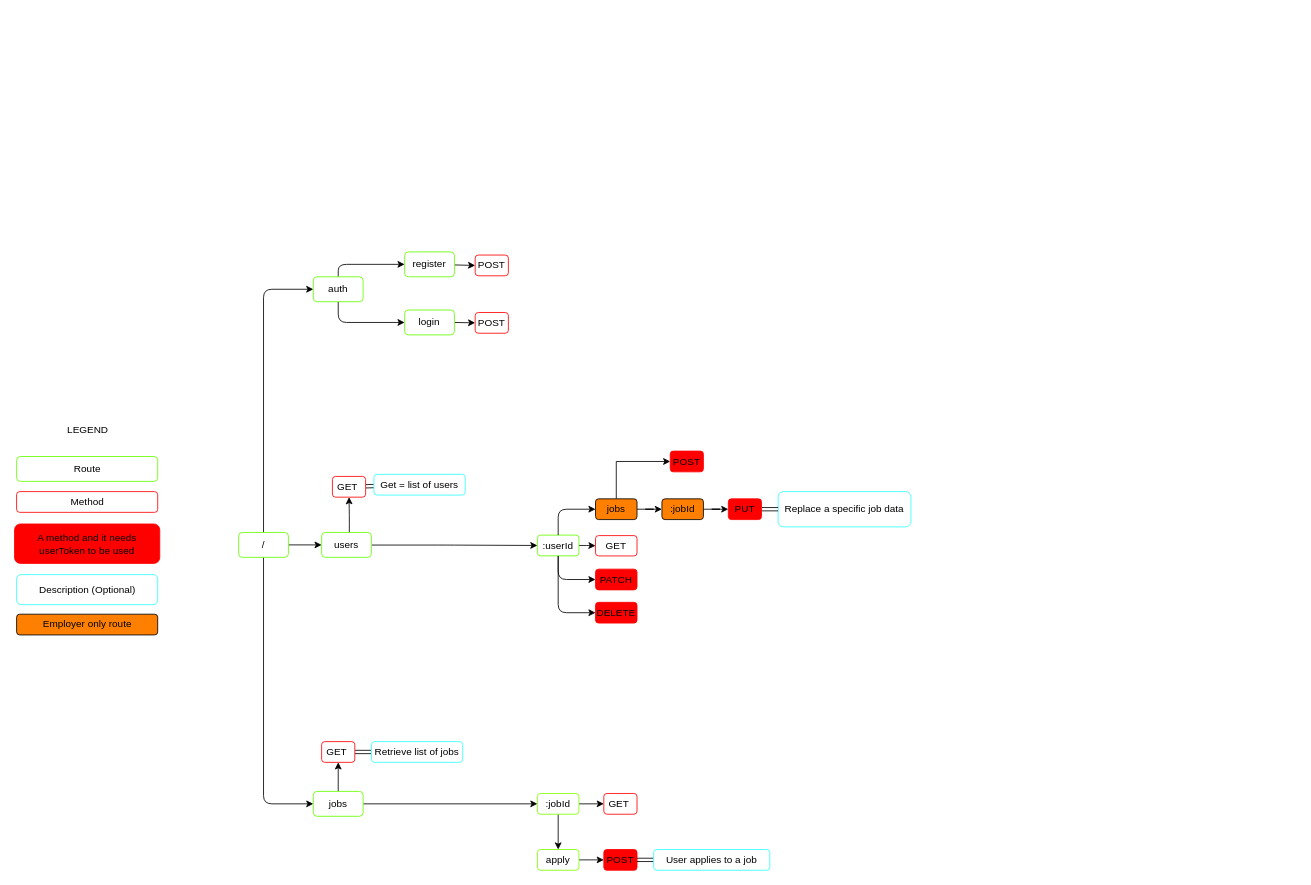
The draw.io diagram diagrams/rest_api.drawio in kenshiin1123/dev-match, before the edit. Source tidied: cells renumbered, new cells numbered last; positions are measured from the earlier drawing's top-left corner, leaving out a move shared by most shapes. Both pictures are drawn from the tidied source at 83%, with x=0, y=0 at pixel (14, 251).
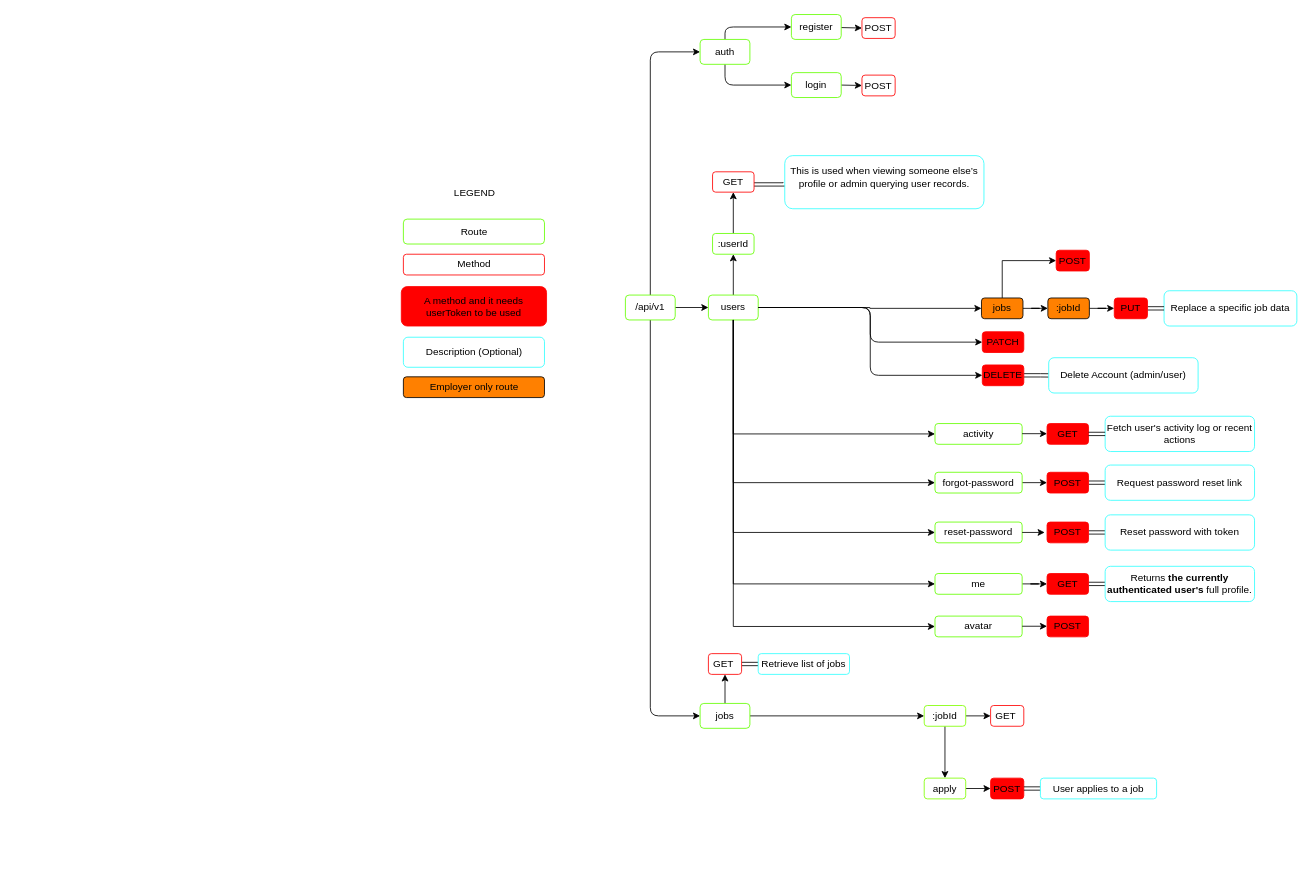
After the change.

Commit message (it also covers changes not shown here):
Improve restful api diagram

Diff of the diagram source:
```diff
@@
-    <mxCell id="5" value="/" style="rounded=1;whiteSpace=wrap;html=1;strokeColor=#65FF00;fontStyle=0;" parent="1" vertex="1">
-      <mxGeometry x="270" y="338" width="60" height="30" as="geometry" />
+    <mxCell id="5" value="/api/v1" style="rounded=1;whiteSpace=wrap;html=1;strokeColor=#65FF00;fontStyle=0;" parent="1" vertex="1">
+      <mxGeometry x="736" y="52" width="60" height="30" as="geometry" />
     </mxCell>
-    <mxCell id="6" style="edgeStyle=orthogonalEdgeStyle;html=1;entryX=0.5;entryY=1;entryDx=0;entryDy=0;exitX=0.556;exitY=0.038;exitDx=0;exitDy=0;exitPerimeter=0;fontStyle=0;" parent="1" edge="1" source="7" target="12">
-      <mxGeometry relative="1" as="geometry" />
-    </mxCell>
+    <mxCell id="59" style="edgeStyle=orthogonalEdgeStyle;rounded=0;jettySize=auto;html=1;" parent="1" edge="1" source="7" target="19">
+      <mxGeometry relative="1" as="geometry" />
+    </mxCell>
+    <mxCell id="60" style="edgeStyle=orthogonalEdgeStyle;rounded=0;jettySize=auto;html=1;entryX=0;entryY=0.5;entryDx=0;entryDy=0;" parent="1" edge="1" source="7" target="30">
+      <mxGeometry relative="1" as="geometry" />
+    </mxCell>
     <mxCell id="7" value="users" style="rounded=1;whiteSpace=wrap;html=1;strokeColor=#65FF00;fontStyle=0;" parent="1" vertex="1">
-      <mxGeometry x="370" y="338" width="60" height="30" as="geometry" />
+      <mxGeometry x="836" y="52" width="60" height="30" as="geometry" />
     </mxCell>
@@
     <mxCell id="10" value="jobs" style="rounded=1;whiteSpace=wrap;html=1;strokeColor=#65FF00;fontStyle=0;" parent="1" vertex="1">
-      <mxGeometry x="360" y="650" width="60" height="30" as="geometry" />
+      <mxGeometry x="826" y="544" width="60" height="30" as="geometry" />
     </mxCell>
-    <mxCell id="11" style="edgeStyle=none;html=1;shape=link;fontStyle=0;" parent="1" edge="1" source="12" target="16">
-      <mxGeometry relative="1" as="geometry" />
-    </mxCell>
-    <mxCell id="12" value="&lt;span&gt;GET&amp;nbsp;&lt;/span&gt;" style="whiteSpace=wrap;html=1;rounded=1;strokeColor=#FF0000;fontStyle=0;" parent="1" vertex="1">
-      <mxGeometry x="383" y="270.5" width="40" height="25" as="geometry" />
-    </mxCell>
@@
     <mxCell id="15" value="auth" style="rounded=1;whiteSpace=wrap;html=1;strokeColor=#65FF00;fontStyle=0;" parent="1" vertex="1">
-      <mxGeometry x="360" y="30" width="60" height="30" as="geometry" />
+      <mxGeometry x="826" y="-256" width="60" height="30" as="geometry" />
     </mxCell>
-    <mxCell id="16" value="Get = list of users" style="whiteSpace=wrap;html=1;rounded=1;strokeColor=#33FFFF;fontStyle=0;" parent="1" vertex="1">
-      <mxGeometry x="433" y="268" width="110" height="25" as="geometry" />
-    </mxCell>
-    <mxCell id="17" style="edgeStyle=orthogonalEdgeStyle;html=1;fontStyle=0;entryX=0;entryY=0.5;entryDx=0;entryDy=0;" parent="1" edge="1" source="19" target="20">
-      <mxGeometry relative="1" as="geometry" />
-    </mxCell>
-    <mxCell id="18" style="edgeStyle=orthogonalEdgeStyle;html=1;entryX=0;entryY=0.5;entryDx=0;entryDy=0;exitX=0.5;exitY=1;exitDx=0;exitDy=0;fontStyle=0;" parent="1" edge="1" source="19" target="22">
+    <mxCell id="18" style="edgeStyle=orthogonalEdgeStyle;html=1;entryX=0;entryY=0.5;entryDx=0;entryDy=0;exitX=1;exitY=0.5;exitDx=0;exitDy=0;fontStyle=0;" parent="1" edge="1" source="7" target="22">
       <mxGeometry relative="1" as="geometry" />
     </mxCell>
-    <mxCell id="19" value=":userId" style="whiteSpace=wrap;html=1;rounded=1;strokeColor=#65FF00;fontStyle=0;" parent="1" vertex="1">
-      <mxGeometry x="630" y="341.2" width="50" height="25" as="geometry" />
-    </mxCell>
-    <mxCell id="20" value="GET" style="whiteSpace=wrap;html=1;rounded=1;strokeColor=#FF0000;fontStyle=0;" parent="1" vertex="1">
-      <mxGeometry x="700" y="341.8" width="50" height="24.5" as="geometry" />
-    </mxCell>
-    <mxCell id="21" style="edgeStyle=orthogonalEdgeStyle;html=1;entryX=0;entryY=0.5;entryDx=0;entryDy=0;exitX=1.011;exitY=0.44;exitDx=0;exitDy=0;fontStyle=0;exitPerimeter=0;" parent="1" edge="1" target="19">
-      <mxGeometry relative="1" as="geometry">
-        <mxPoint x="430.7" y="353.2" as="sourcePoint" />
-        <Array as="points">
-          <mxPoint x="520" y="353" />
-        </Array>
-      </mxGeometry>
-    </mxCell>
+    <mxCell id="61" style="edgeStyle=orthogonalEdgeStyle;rounded=0;jettySize=auto;html=1;entryX=0;entryY=0.5;entryDx=0;entryDy=0;exitX=0.5;exitY=1;exitDx=0;exitDy=0;" parent="1" edge="1" source="7" target="65">
+      <mxGeometry relative="1" as="geometry" />
+    </mxCell>
+    <mxCell id="62" style="edgeStyle=orthogonalEdgeStyle;rounded=0;jettySize=auto;html=1;entryX=0;entryY=0.5;entryDx=0;entryDy=0;exitX=0.5;exitY=1;exitDx=0;exitDy=0;" parent="1" edge="1" source="7" target="88">
+      <mxGeometry relative="1" as="geometry" />
+    </mxCell>
     <mxCell id="22" value="PATCH" style="whiteSpace=wrap;html=1;rounded=1;strokeColor=#FF0000;fontStyle=0;fillColor=#FF0000;" parent="1" vertex="1">
-      <mxGeometry x="700" y="382.2" width="50" height="25" as="geometry" />
+      <mxGeometry x="1166" y="96.2" width="50" height="25" as="geometry" />
     </mxCell>
+    <mxCell id="63" style="edgeStyle=orthogonalEdgeStyle;rounded=0;jettySize=auto;html=1;shape=link;" parent="1" edge="1" source="23" target="66">
+      <mxGeometry relative="1" as="geometry" />
+    </mxCell>
     <mxCell id="23" value="DELETE" style="whiteSpace=wrap;html=1;rounded=1;strokeColor=#FF0000;fontStyle=0;fillColor=#FF0000;" parent="1" vertex="1">
-      <mxGeometry x="700" y="422.2" width="50" height="25" as="geometry" />
+      <mxGeometry x="1166" y="136.2" width="50" height="25" as="geometry" />
     </mxCell>
-    <mxCell id="24" style="edgeStyle=orthogonalEdgeStyle;html=1;entryX=0;entryY=0.5;entryDx=0;entryDy=0;exitX=0.5;exitY=1;exitDx=0;exitDy=0;fontStyle=0;" parent="1" edge="1" source="19" target="23">
+    <mxCell id="24" style="edgeStyle=orthogonalEdgeStyle;html=1;entryX=0;entryY=0.5;entryDx=0;entryDy=0;exitX=1;exitY=0.5;exitDx=0;exitDy=0;fontStyle=0;" parent="1" edge="1" source="7" target="23">
       <mxGeometry relative="1" as="geometry" />
     </mxCell>
     <mxCell id="25" value="Route" style="rounded=1;whiteSpace=wrap;html=1;strokeColor=#65FF00;fontStyle=0;flipV=0;" parent="1" vertex="1">
-      <mxGeometry x="2.5" y="246.5" width="170" height="30" as="geometry" />
+      <mxGeometry x="468.5" y="-39.5" width="170" height="30" as="geometry" />
     </mxCell>
     <mxCell id="26" value="&lt;span&gt;Method&lt;/span&gt;" style="whiteSpace=wrap;html=1;rounded=1;strokeColor=#FF0000;fontStyle=0;flipV=0;" parent="1" vertex="1">
-      <mxGeometry x="2.5" y="288.8" width="170" height="25" as="geometry" />
+      <mxGeometry x="468.5" y="2.8" width="170" height="25" as="geometry" />
     </mxCell>
     <mxCell id="27" value="Description (Optional)" style="whiteSpace=wrap;html=1;rounded=1;strokeColor=#33FFFF;fontStyle=0;flipV=0;" parent="1" vertex="1">
-      <mxGeometry x="2.5" y="388.8" width="170" height="36.2" as="geometry" />
+      <mxGeometry x="468.5" y="102.8" width="170" height="36.2" as="geometry" />
     </mxCell>
-    <mxCell id="28" style="edgeStyle=orthogonalEdgeStyle;rounded=0;jettySize=auto;html=1;entryX=0;entryY=0.5;entryDx=0;entryDy=0;exitX=0.5;exitY=0;exitDx=0;exitDy=0;" parent="1" edge="1" source="30" target="52">
-      <mxGeometry relative="1" as="geometry" />
-    </mxCell>
-    <mxCell id="29" style="edgeStyle=orthogonalEdgeStyle;rounded=0;jettySize=auto;html=1;entryX=0;entryY=0.5;entryDx=0;entryDy=0;" parent="1" edge="1" source="30" target="55">
-      <mxGeometry relative="1" as="geometry" />
-    </mxCell>
-    <mxCell id="30" value="jobs" style="whiteSpace=wrap;html=1;rounded=1;strokeColor=#000000;fillColor=#FF8000;fontStyle=0;" parent="1" vertex="1">
-      <mxGeometry x="700" y="297.5" width="50" height="25" as="geometry" />
-    </mxCell>
-    <mxCell id="31" style="edgeStyle=orthogonalEdgeStyle;html=1;exitX=0.5;exitY=0;exitDx=0;exitDy=0;entryX=0;entryY=0.5;entryDx=0;entryDy=0;fontStyle=0;" parent="1" edge="1" source="19" target="30">
-      <mxGeometry relative="1" as="geometry" />
-    </mxCell>
@@
     <mxCell id="33" value="register" style="rounded=1;whiteSpace=wrap;html=1;strokeColor=#65FF00;fontStyle=0;" parent="1" vertex="1">
-      <mxGeometry x="470" width="60" height="30" as="geometry" />
+      <mxGeometry x="936" y="-286" width="60" height="30" as="geometry" />
     </mxCell>
@@
     <mxCell id="35" value="login" style="rounded=1;whiteSpace=wrap;html=1;strokeColor=#65FF00;fontStyle=0;" parent="1" vertex="1">
-      <mxGeometry x="470" y="70" width="60" height="30" as="geometry" />
+      <mxGeometry x="936" y="-216" width="60" height="30" as="geometry" />
     </mxCell>
     <mxCell id="36" value="&lt;span&gt;POST&lt;/span&gt;" style="whiteSpace=wrap;html=1;rounded=1;strokeColor=#FF0000;fontStyle=0;" parent="1" vertex="1">
-      <mxGeometry x="555" y="3.8" width="40" height="25" as="geometry" />
+      <mxGeometry x="1021" y="-282.2" width="40" height="25" as="geometry" />
     </mxCell>
     <mxCell id="37" value="&lt;span&gt;POST&lt;/span&gt;" style="whiteSpace=wrap;html=1;rounded=1;strokeColor=#FF0000;fontStyle=0;" parent="1" vertex="1">
-      <mxGeometry x="555" y="73" width="40" height="25" as="geometry" />
+      <mxGeometry x="1021" y="-213" width="40" height="25" as="geometry" />
     </mxCell>
     <mxCell id="38" value="&lt;span&gt;A method and it needs userToken to be used&lt;/span&gt;" style="whiteSpace=wrap;html=1;rounded=1;strokeColor=#FF0000;fillColor=#FF0000;fontStyle=0;flipV=0;" parent="1" vertex="1">
-      <mxGeometry y="327.8" width="175" height="47.5" as="geometry" />
+      <mxGeometry x="466" y="41.8" width="175" height="47.5" as="geometry" />
     </mxCell>
@@
     <mxCell id="40" value="&lt;span&gt;GET&amp;nbsp;&lt;/span&gt;" style="whiteSpace=wrap;html=1;rounded=1;strokeColor=#FF0000;fontStyle=0;" parent="1" vertex="1">
-      <mxGeometry x="370" y="590" width="40" height="25" as="geometry" />
+      <mxGeometry x="836" y="484" width="40" height="25" as="geometry" />
     </mxCell>
     <mxCell id="41" value="Retrieve list of jobs" style="whiteSpace=wrap;html=1;rounded=1;strokeColor=#33FFFF;fontStyle=0;" parent="1" vertex="1">
-      <mxGeometry x="430" y="590" width="110" height="25" as="geometry" />
+      <mxGeometry x="896" y="484" width="110" height="25" as="geometry" />
     </mxCell>
@@
     <mxCell id="44" value="&lt;span&gt;:jobId&lt;/span&gt;" style="whiteSpace=wrap;html=1;rounded=1;strokeColor=#80FF00;fontStyle=0;" parent="1" vertex="1">
-      <mxGeometry x="630" y="652.5" width="50" height="25" as="geometry" />
+      <mxGeometry x="1096" y="546.5" width="50" height="25" as="geometry" />
     </mxCell>
     <mxCell id="45" value="&lt;span&gt;GET&amp;nbsp;&lt;/span&gt;" style="whiteSpace=wrap;html=1;rounded=1;strokeColor=#FF0000;fontStyle=0;" parent="1" vertex="1">
-      <mxGeometry x="710" y="652.5" width="40" height="25" as="geometry" />
+      <mxGeometry x="1176" y="546.5" width="40" height="25" as="geometry" />
     </mxCell>
     <mxCell id="46" value="Employer only route" style="whiteSpace=wrap;html=1;rounded=1;strokeColor=#000000;fillColor=#FF8000;fontStyle=0;flipV=0;" parent="1" vertex="1">
-      <mxGeometry x="2.5" y="436.5" width="170" height="25" as="geometry" />
+      <mxGeometry x="468.5" y="150.5" width="170" height="25" as="geometry" />
     </mxCell>
@@
     <mxCell id="48" value="apply" style="whiteSpace=wrap;html=1;rounded=1;strokeColor=#80FF00;fontStyle=0;" parent="1" vertex="1">
-      <mxGeometry x="630" y="720" width="50" height="25" as="geometry" />
+      <mxGeometry x="1096" y="634" width="50" height="25" as="geometry" />
     </mxCell>
     <mxCell id="49" value="&lt;span&gt;POST&lt;/span&gt;" style="whiteSpace=wrap;html=1;rounded=1;strokeColor=#FF0000;fontStyle=0;fillColor=#FF0000;" parent="1" vertex="1">
-      <mxGeometry x="710" y="720" width="40" height="25" as="geometry" />
+      <mxGeometry x="1176" y="634" width="40" height="25" as="geometry" />
     </mxCell>
@@
     <mxCell id="51" value="User applies to a job" style="whiteSpace=wrap;html=1;rounded=1;strokeColor=#33FFFF;fontStyle=0;" parent="1" vertex="1">
-      <mxGeometry x="770" y="720" width="140" height="25" as="geometry" />
+      <mxGeometry x="1236" y="634" width="140" height="25" as="geometry" />
     </mxCell>
+    <mxCell id="58" value="LEGEND" style="text;html=1;align=center;verticalAlign=middle;strokeColor=none;fillColor=none;" parent="1" vertex="1">
+      <mxGeometry x="518.5" y="-86" width="70" height="30" as="geometry" />
+    </mxCell>
+    <mxCell id="64" style="edgeStyle=orthogonalEdgeStyle;rounded=0;jettySize=auto;html=1;exitX=1;exitY=0.5;exitDx=0;exitDy=0;entryX=0;entryY=0.5;entryDx=0;entryDy=0;" parent="1" edge="1" source="65" target="73">
+      <mxGeometry relative="1" as="geometry" />
+    </mxCell>
+    <mxCell id="65" value="forgot-password" style="whiteSpace=wrap;html=1;rounded=1;strokeColor=#65FF00;fontStyle=0;" parent="1" vertex="1">
+      <mxGeometry x="1109" y="265.5" width="105" height="25" as="geometry" />
+    </mxCell>
+    <mxCell id="66" value="Delete Account (admin/user)" style="whiteSpace=wrap;html=1;rounded=1;strokeColor=#33FFFF;fontStyle=0;" parent="1" vertex="1">
+      <mxGeometry x="1246" y="127.5" width="180" height="42.5" as="geometry" />
+    </mxCell>
+    <mxCell id="67" value="reset-password" style="whiteSpace=wrap;html=1;rounded=1;strokeColor=#65FF00;fontStyle=0;" parent="1" vertex="1">
+      <mxGeometry x="1109" y="325.5" width="105" height="25" as="geometry" />
+    </mxCell>
+    <mxCell id="68" style="edgeStyle=orthogonalEdgeStyle;rounded=0;jettySize=auto;html=1;entryX=0;entryY=0.5;entryDx=0;entryDy=0;exitX=0.5;exitY=1;exitDx=0;exitDy=0;" parent="1" edge="1" source="7" target="67">
+      <mxGeometry relative="1" as="geometry" />
+    </mxCell>
+    <mxCell id="69" style="edgeStyle=orthogonalEdgeStyle;rounded=0;jettySize=auto;html=1;entryX=0;entryY=0.5;entryDx=0;entryDy=0;" parent="1" edge="1" source="70" target="79">
+      <mxGeometry relative="1" as="geometry" />
+    </mxCell>
+    <mxCell id="70" value="me" style="whiteSpace=wrap;html=1;rounded=1;strokeColor=#65FF00;fontStyle=0;" parent="1" vertex="1">
+      <mxGeometry x="1109" y="387.5" width="105" height="25" as="geometry" />
+    </mxCell>
+    <mxCell id="71" style="edgeStyle=orthogonalEdgeStyle;rounded=0;jettySize=auto;html=1;entryX=0;entryY=0.5;entryDx=0;entryDy=0;exitX=0.5;exitY=1;exitDx=0;exitDy=0;" parent="1" edge="1" source="7" target="70">
+      <mxGeometry relative="1" as="geometry" />
+    </mxCell>
+    <mxCell id="72" style="edgeStyle=orthogonalEdgeStyle;rounded=0;jettySize=auto;html=1;shape=link;" parent="1" edge="1" source="73" target="74">
+      <mxGeometry relative="1" as="geometry" />
+    </mxCell>
+    <mxCell id="73" value="POST" style="whiteSpace=wrap;html=1;rounded=1;strokeColor=#FF0000;fontStyle=0;fillColor=#FF0000;" parent="1" vertex="1">
+      <mxGeometry x="1244" y="265.5" width="50" height="25" as="geometry" />
+    </mxCell>
+    <mxCell id="74" value="Request password reset link" style="whiteSpace=wrap;html=1;rounded=1;strokeColor=#33FFFF;fontStyle=0;" parent="1" vertex="1">
+      <mxGeometry x="1314" y="256.8" width="180" height="42.5" as="geometry" />
+    </mxCell>
+    <mxCell id="75" style="edgeStyle=orthogonalEdgeStyle;rounded=0;jettySize=auto;html=1;shape=link;" parent="1" edge="1" source="76" target="77">
+      <mxGeometry relative="1" as="geometry" />
+    </mxCell>
+    <mxCell id="76" value="POST" style="whiteSpace=wrap;html=1;rounded=1;strokeColor=#FF0000;fontStyle=0;fillColor=#FF0000;" parent="1" vertex="1">
+      <mxGeometry x="1244" y="325.5" width="50" height="25" as="geometry" />
+    </mxCell>
+    <mxCell id="77" value="&lt;table&gt;&lt;tbody&gt;&lt;tr&gt;&lt;td&gt;Reset password with token&lt;/td&gt;&lt;/tr&gt;&lt;/tbody&gt;&lt;/table&gt;" style="whiteSpace=wrap;html=1;rounded=1;strokeColor=#33FFFF;fontStyle=0;" parent="1" vertex="1">
+      <mxGeometry x="1314" y="316.8" width="180" height="42.5" as="geometry" />
+    </mxCell>
+    <mxCell id="78" style="edgeStyle=orthogonalEdgeStyle;rounded=0;jettySize=auto;html=1;shape=link;" parent="1" edge="1" source="79" target="80">
+      <mxGeometry relative="1" as="geometry" />
+    </mxCell>
+    <mxCell id="79" value="GET" style="whiteSpace=wrap;html=1;rounded=1;strokeColor=#FF0000;fontStyle=0;fillColor=#FF0000;" parent="1" vertex="1">
+      <mxGeometry x="1244" y="387.5" width="50" height="25" as="geometry" />
+    </mxCell>
+    <mxCell id="80" value="&lt;p&gt;Returns &lt;strong&gt;the currently authenticated user's&lt;/strong&gt; full profile.&lt;/p&gt;&lt;p&gt;&lt;/p&gt;" style="whiteSpace=wrap;html=1;rounded=1;strokeColor=#33FFFF;fontStyle=0;" parent="1" vertex="1">
+      <mxGeometry x="1314" y="378.8" width="180" height="42.5" as="geometry" />
+    </mxCell>
+    <mxCell id="81" style="edgeStyle=orthogonalEdgeStyle;rounded=0;jettySize=auto;html=1;exitX=1;exitY=0.5;exitDx=0;exitDy=0;entryX=-0.056;entryY=0.528;entryDx=0;entryDy=0;entryPerimeter=0;" parent="1" edge="1" source="67" target="76">
+      <mxGeometry relative="1" as="geometry" />
+    </mxCell>
+    <mxCell id="82" value="activity" style="whiteSpace=wrap;html=1;rounded=1;strokeColor=#65FF00;fontStyle=0;" parent="1" vertex="1">
+      <mxGeometry x="1109" y="206.8" width="105" height="25" as="geometry" />
+    </mxCell>
+    <mxCell id="83" style="edgeStyle=orthogonalEdgeStyle;rounded=0;jettySize=auto;html=1;entryX=0;entryY=0.5;entryDx=0;entryDy=0;exitX=0.5;exitY=1;exitDx=0;exitDy=0;" parent="1" edge="1" source="7" target="82">
+      <mxGeometry relative="1" as="geometry" />
+    </mxCell>
+    <mxCell id="84" value="GET" style="whiteSpace=wrap;html=1;rounded=1;strokeColor=#FF0000;fontStyle=0;fillColor=#FF0000;" parent="1" vertex="1">
+      <mxGeometry x="1244" y="206.8" width="50" height="25" as="geometry" />
+    </mxCell>
+    <mxCell id="85" value="Fetch user's activity log or recent actions" style="whiteSpace=wrap;html=1;rounded=1;strokeColor=#33FFFF;fontStyle=0;" parent="1" vertex="1">
+      <mxGeometry x="1314" y="198" width="180" height="42.5" as="geometry" />
+    </mxCell>
+    <mxCell id="86" style="edgeStyle=orthogonalEdgeStyle;rounded=0;jettySize=auto;html=1;shape=link;" parent="1" edge="1" source="84" target="85">
+      <mxGeometry relative="1" as="geometry" />
+    </mxCell>
+    <mxCell id="87" style="edgeStyle=orthogonalEdgeStyle;rounded=0;jettySize=auto;html=1;exitX=1;exitY=0.5;exitDx=0;exitDy=0;entryX=0;entryY=0.5;entryDx=0;entryDy=0;" parent="1" edge="1" target="84">
+      <mxGeometry relative="1" as="geometry">
+        <mxPoint x="1214" y="219" as="sourcePoint" />
+      </mxGeometry>
+    </mxCell>
+    <mxCell id="88" value="avatar" style="whiteSpace=wrap;html=1;rounded=1;strokeColor=#65FF00;fontStyle=0;" parent="1" vertex="1">
+      <mxGeometry x="1109" y="438.8" width="105" height="25" as="geometry" />
+    </mxCell>
+    <mxCell id="89" value="POST" style="whiteSpace=wrap;html=1;rounded=1;strokeColor=#FF0000;fontStyle=0;fillColor=#FF0000;" parent="1" vertex="1">
+      <mxGeometry x="1244" y="438.8" width="50" height="25" as="geometry" />
+    </mxCell>
+    <mxCell id="90" style="edgeStyle=orthogonalEdgeStyle;rounded=0;jettySize=auto;html=1;entryX=0;entryY=0.5;entryDx=0;entryDy=0;" parent="1" edge="1" target="89">
+      <mxGeometry relative="1" as="geometry">
+        <mxPoint x="1214" y="451" as="sourcePoint" />
+      </mxGeometry>
+    </mxCell>
+    <mxCell id="91" style="edgeStyle=orthogonalEdgeStyle;rounded=0;jettySize=auto;html=1;shape=link;entryX=0;entryY=0.5;entryDx=0;entryDy=0;exitX=1;exitY=0.621;exitDx=0;exitDy=0;exitPerimeter=0;" parent="1" edge="1" source="20" target="92">
+      <mxGeometry relative="1" as="geometry" />
+    </mxCell>
+    <mxCell id="92" value="This is used when&amp;nbsp;&lt;span style=&quot;color: light-dark(rgb(0, 0, 0), rgb(255, 255, 255)); background-color: transparent;&quot;&gt;viewing someone else’s profile or admin querying user records.&lt;/span&gt;&lt;p&gt;&lt;/p&gt;" style="whiteSpace=wrap;html=1;rounded=1;strokeColor=#33FFFF;fontStyle=0;" parent="1" vertex="1">
+      <mxGeometry x="928" y="-116" width="240" height="64" as="geometry" />
+    </mxCell>
+    <mxCell id="20" value="GET" style="whiteSpace=wrap;html=1;rounded=1;strokeColor=#FF0000;fontStyle=0;" parent="1" vertex="1">
+      <mxGeometry x="841" y="-96.5" width="50" height="24.5" as="geometry" />
+    </mxCell>
+    <mxCell id="17" style="edgeStyle=orthogonalEdgeStyle;rounded=0;jettySize=auto;html=1;" parent="1" edge="1" source="19" target="20">
+      <mxGeometry relative="1" as="geometry" />
+    </mxCell>
+    <mxCell id="19" value=":userId" style="whiteSpace=wrap;html=1;rounded=1;strokeColor=#65FF00;fontStyle=0;" parent="1" vertex="1">
+      <mxGeometry x="841" y="-22.2" width="50" height="25" as="geometry" />
+    </mxCell>
+    <mxCell id="28" style="edgeStyle=orthogonalEdgeStyle;rounded=0;jettySize=auto;html=1;entryX=0;entryY=0.5;entryDx=0;entryDy=0;exitX=0.5;exitY=0;exitDx=0;exitDy=0;" parent="1" edge="1" source="30" target="52">
+      <mxGeometry relative="1" as="geometry" />
+    </mxCell>
+    <mxCell id="29" style="edgeStyle=orthogonalEdgeStyle;rounded=0;jettySize=auto;html=1;entryX=0;entryY=0.5;entryDx=0;entryDy=0;" parent="1" edge="1" source="30" target="55">
+      <mxGeometry relative="1" as="geometry" />
+    </mxCell>
+    <mxCell id="30" value="jobs" style="whiteSpace=wrap;html=1;rounded=1;strokeColor=#000000;fillColor=#FF8000;fontStyle=0;" parent="1" vertex="1">
+      <mxGeometry x="1165" y="55.5" width="50" height="25" as="geometry" />
+    </mxCell>
     <mxCell id="52" value="&lt;span&gt;POST&lt;/span&gt;" style="whiteSpace=wrap;html=1;rounded=1;strokeColor=#FF0000;fontStyle=0;fillColor=#FF0000;" parent="1" vertex="1">
-      <mxGeometry x="790" y="240" width="40" height="25" as="geometry" />
+      <mxGeometry x="1255" y="-2" width="40" height="25" as="geometry" />
     </mxCell>
     <mxCell id="53" value="Replace a specific job data" style="whiteSpace=wrap;html=1;rounded=1;strokeColor=#33FFFF;fontStyle=0;" parent="1" vertex="1">
-      <mxGeometry x="920" y="288.8" width="160" height="42.5" as="geometry" />
+      <mxGeometry x="1385" y="46.8" width="160" height="42.5" as="geometry" />
     </mxCell>
@@
     <mxCell id="55" value=":jobId" style="whiteSpace=wrap;html=1;rounded=1;strokeColor=#000000;fillColor=#FF8000;fontStyle=0;" parent="1" vertex="1">
-      <mxGeometry x="780" y="297.5" width="50" height="25" as="geometry" />
+      <mxGeometry x="1245" y="55.5" width="50" height="25" as="geometry" />
     </mxCell>
@@
     <mxCell id="57" value="&lt;span&gt;PUT&lt;/span&gt;" style="whiteSpace=wrap;html=1;rounded=1;strokeColor=#FF0000;fontStyle=0;fillColor=#FF0000;" parent="1" vertex="1">
-      <mxGeometry x="860" y="297.5" width="40" height="25" as="geometry" />
+      <mxGeometry x="1325" y="55.5" width="40" height="25" as="geometry" />
     </mxCell>
-    <mxCell id="58" value="LEGEND" style="text;html=1;align=center;verticalAlign=middle;strokeColor=none;fillColor=none;" parent="1" vertex="1">
-      <mxGeometry x="52.5" y="200" width="70" height="30" as="geometry" />
-    </mxCell>
```
